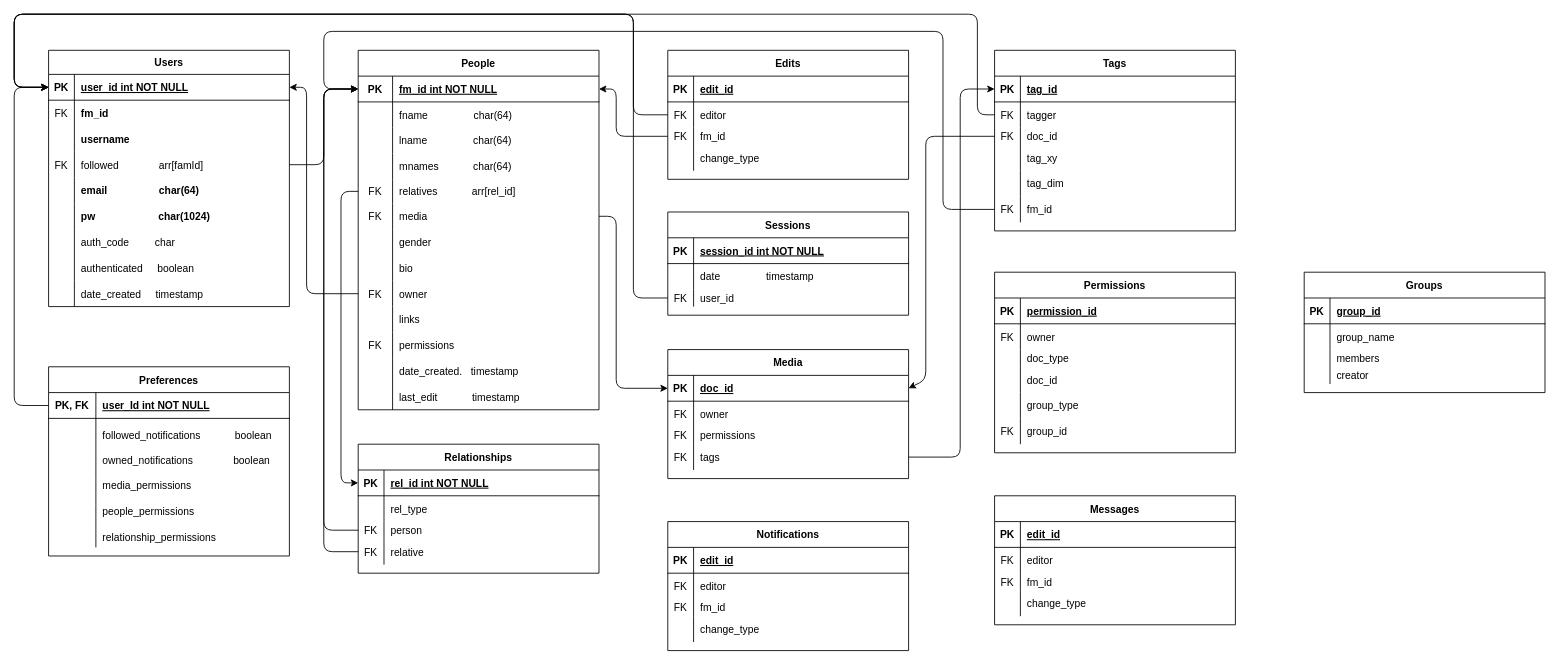
This is packages/server/src/models/models.drawio from addison912/mernt-template, a draw.io file, before an edit. Source tidied: cells renumbered, new cells numbered last; positions are measured from the earlier drawing's top-left corner, leaving out a move shared by most shapes. Both pictures are drawn from the tidied source at 86%, with x=0, y=0 at pixel (14, 14).
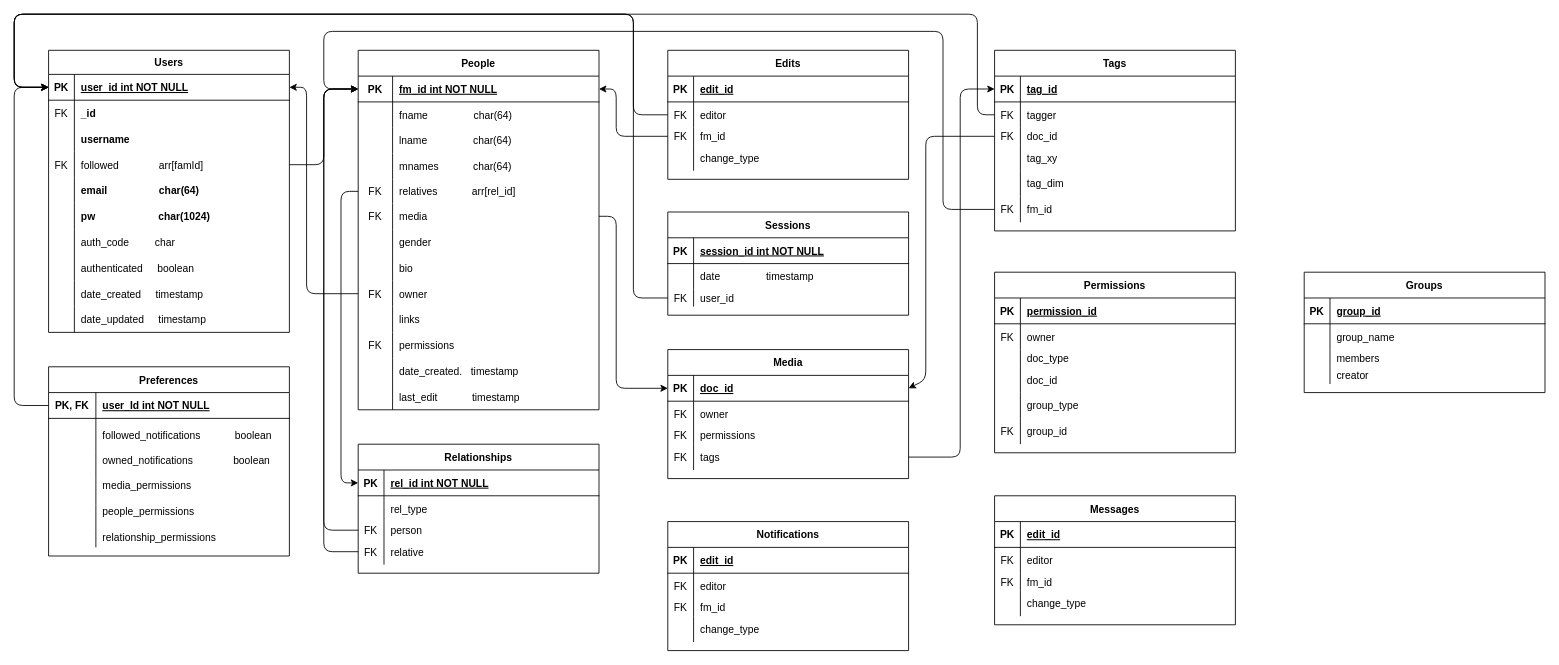
After the change.

Unchanged cells that the change refers to:
```xml
<mxCell id="59" style="shape=partialRectangle;fillColor=none;top=0;left=0;right=0;bottom=0;" parent="55" vertex="1">
  <mxGeometry y="58" width="280" height="30" as="geometry" />
</mxCell>
```

The edit, as a diff of the source:
```diff
@@
     <mxCell id="55" value="Users" style="shape=table;startSize=28;childLayout=tableLayout;rowLines=0;fontStyle=1;align=center;" parent="1" vertex="1">
-      <mxGeometry x="40" y="42" width="280" height="298" as="geometry" />
+      <mxGeometry x="40" y="42" width="280" height="328" as="geometry" />
     </mxCell>
@@
-    <mxCell id="61" value="fm_id" style="shape=partialRectangle;overflow=hidden;fillColor=none;top=0;left=0;bottom=0;right=0;align=left;spacingLeft=6;fontStyle=1;" parent="59" vertex="1">
+    <mxCell id="61" value="_id" style="shape=partialRectangle;overflow=hidden;fillColor=none;top=0;left=0;bottom=0;right=0;align=left;spacingLeft=6;fontStyle=1;" parent="59" vertex="1">
       <mxGeometry x="30" width="250" height="30" as="geometry" />
     </mxCell>
@@
+    <mxCell id="229" style="shape=partialRectangle;fillColor=none;top=0;left=0;right=0;bottom=0;fontStyle=1;" parent="55" vertex="1">
+      <mxGeometry y="298" width="280" height="30" as="geometry" />
+    </mxCell>
+    <mxCell id="230" style="shape=partialRectangle;overflow=hidden;fillColor=none;top=0;left=0;bottom=0;right=0;" parent="229" vertex="1">
+      <mxGeometry width="30" height="30" as="geometry" />
+    </mxCell>
+    <mxCell id="231" value="date_updated     timestamp" style="shape=partialRectangle;overflow=hidden;fillColor=none;top=0;left=0;bottom=0;right=0;align=left;spacingLeft=6;fontStyle=0;" parent="229" vertex="1">
+      <mxGeometry x="30" width="250" height="30" as="geometry" />
+    </mxCell>
```
